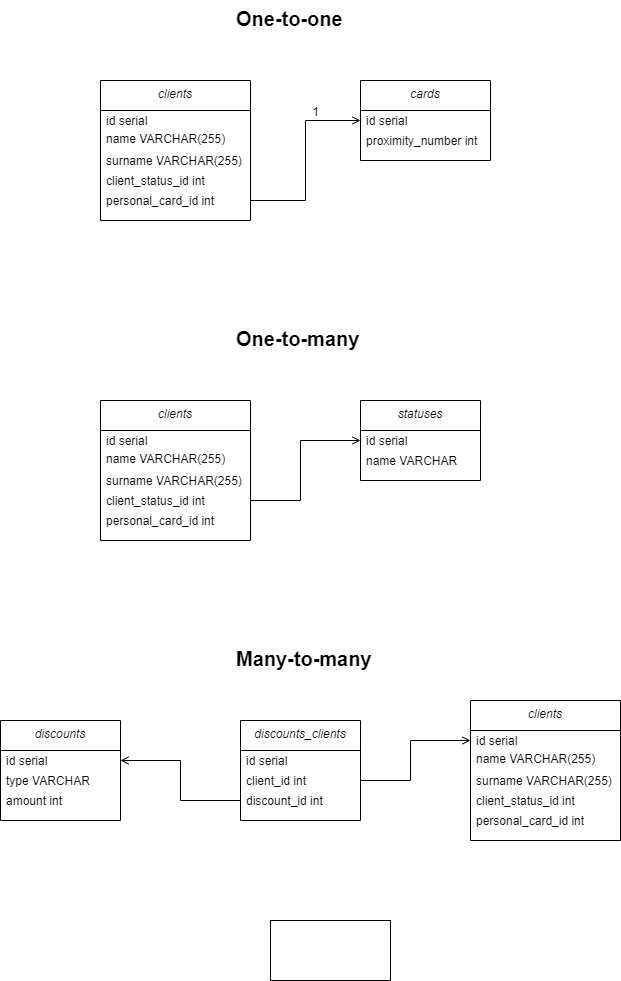
Above: chapter_003/Diagram of relations.drawio.png in Ilnazfah/job4j_design (draw.io), before the change. Source tidied: cells renumbered, new cells last; positions are measured from the earlier drawing's top-left corner, leaving out a move shared by most shapes.
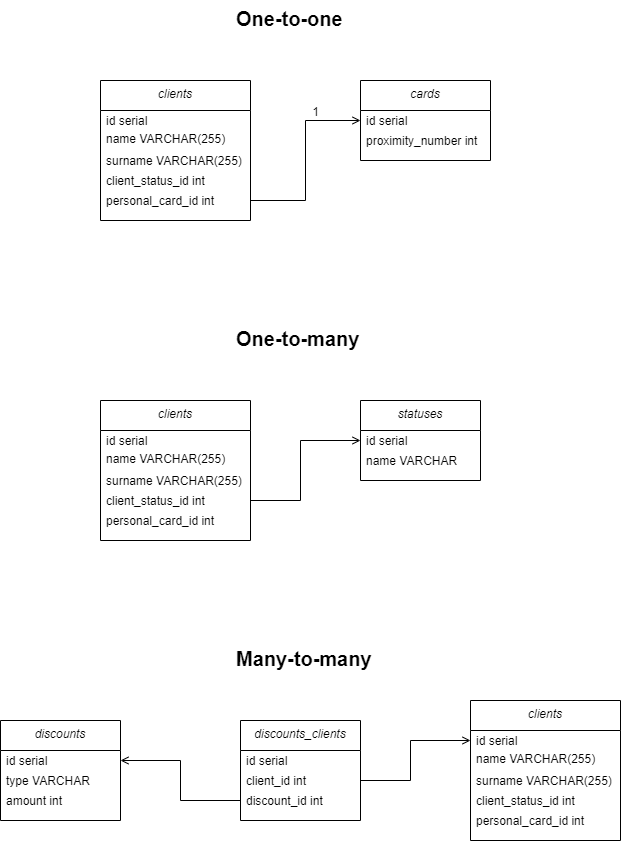
The same diagram one commit later.

Change to the diagram source:
```diff
@@ -149,8 +149,5 @@
         <mxPoint x="-40" y="32" as="offset" />
       </mxGeometry>
     </mxCell>
-    <mxCell id="42" style="whiteSpace=wrap;html=1;fontSize=20;strokeWidth=1;align=left;verticalAlign=middle;" parent="1" vertex="1">
-      <mxGeometry x="270" y="920" width="120" height="60" as="geometry" />
-    </mxCell>
   </root>
 </mxGraphModel>
```
